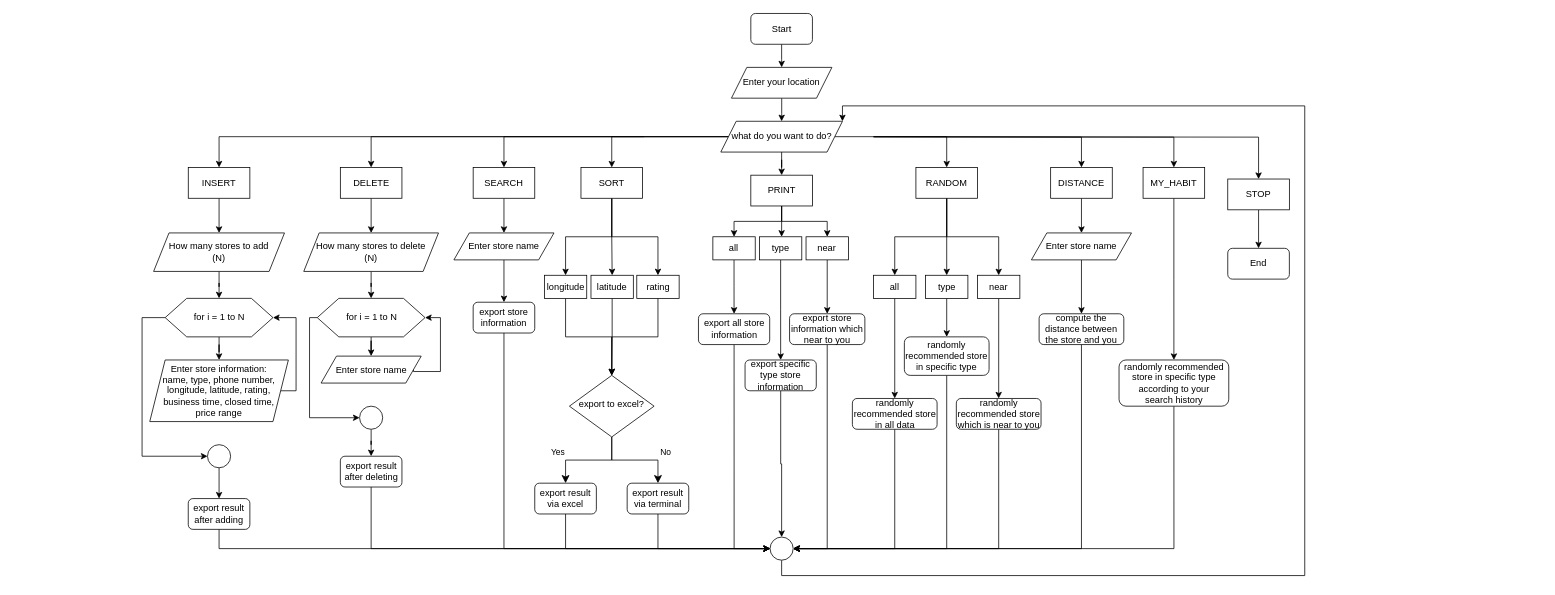
Above: Untitled Diagram.drawio in TzuyenHuang/final_project-Structure_chart (draw.io), before the change. Source tidied: cells renumbered, new cells numbered last; positions are measured from the earlier drawing's top-left corner, leaving out a move shared by most shapes. Both pictures are drawn from the tidied source at 77%, with x=0, y=0 at pixel (142, 13).
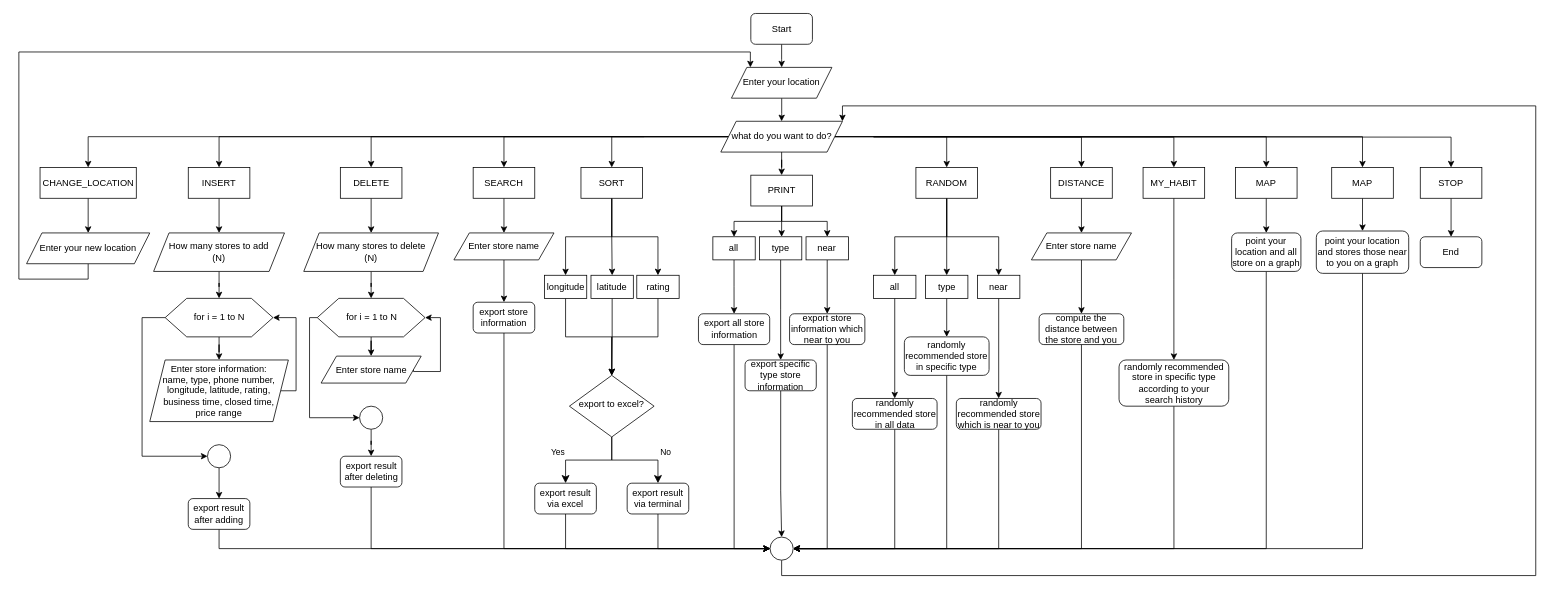
The same page after the edit.

The change refers to these unchanged cells:
```xml
<mxCell id="13" value="what do you want to do?" style="shape=parallelogram;perimeter=parallelogramPerimeter;whiteSpace=wrap;html=1;fixedSize=1;rounded=0;" parent="1" vertex="1">
  <mxGeometry x="751.6" y="140" width="158" height="40" as="geometry" />
</mxCell>
<mxCell id="95" value="export specific type store information" style="rounded=1;whiteSpace=wrap;html=1;fontSize=12;glass=0;strokeWidth=1;shadow=0;" parent="1" vertex="1">
  <mxGeometry x="783.1" y="450" width="92.5" height="40" as="geometry" />
</mxCell>
<mxCell id="111" style="verticalLabelPosition=bottom;verticalAlign=top;html=1;shape=mxgraph.flowchart.on-page_reference;rounded=0;" parent="1" vertex="1">
  <mxGeometry x="815.6" y="680" width="30" height="30" as="geometry" />
</mxCell>
```

What changed in the source:
```diff
@@
+    <mxCell id="112" style="edgeStyle=orthogonalEdgeStyle;rounded=0;jettySize=auto;html=1;entryX=0.5;entryY=0;entryDx=0;entryDy=0;" parent="1" edge="1" source="13" target="116">
+      <mxGeometry relative="1" as="geometry" />
+    </mxCell>
+    <mxCell id="113" style="edgeStyle=orthogonalEdgeStyle;rounded=0;jettySize=auto;html=1;entryX=0.5;entryY=0;entryDx=0;entryDy=0;" parent="1" edge="1" source="13" target="120">
+      <mxGeometry relative="1" as="geometry" />
+    </mxCell>
+    <mxCell id="114" style="edgeStyle=orthogonalEdgeStyle;rounded=0;jettySize=auto;html=1;entryX=0.5;entryY=0;entryDx=0;entryDy=0;" parent="1" edge="1" source="13" target="124">
+      <mxGeometry relative="1" as="geometry" />
+    </mxCell>
@@
     <mxCell id="39" value="STOP" style="rounded=0;whiteSpace=wrap;html=1;fontSize=12;glass=0;strokeWidth=1;shadow=0;" parent="1" vertex="1">
-      <mxGeometry x="1410" y="215" width="80" height="40" as="geometry" />
+      <mxGeometry x="1660" y="200" width="80" height="40" as="geometry" />
     </mxCell>
@@
     <mxCell id="63" value="End" style="rounded=1;whiteSpace=wrap;html=1;fontSize=12;glass=0;strokeWidth=1;shadow=0;" parent="1" vertex="1">
-      <mxGeometry x="1410" y="305" width="80" height="40" as="geometry" />
+      <mxGeometry x="1660" y="290" width="80" height="40" as="geometry" />
     </mxCell>
@@
-    <mxCell id="94" style="edgeStyle=orthogonalEdgeStyle;rounded=0;jettySize=auto;html=1;entryX=0.5;entryY=0;entryDx=0;entryDy=0;entryPerimeter=0;endArrow=classic;endFill=1;" parent="1" edge="1" source="95" target="111">
-      <mxGeometry relative="1" as="geometry" />
+    <mxCell id="94" style="edgeStyle=orthogonalEdgeStyle;rounded=0;jettySize=auto;html=1;entryX=0.5;entryY=0;entryDx=0;entryDy=0;entryPerimeter=0;" parent="1" edge="1" source="95" target="111">
+      <mxGeometry relative="1" as="geometry">
+        <Array as="points">
+          <mxPoint x="829" y="620" />
+          <mxPoint x="830" y="620" />
+          <mxPoint x="830" y="680" />
+        </Array>
+      </mxGeometry>
     </mxCell>
@@
     <mxCell id="110" style="edgeStyle=orthogonalEdgeStyle;rounded=0;jettySize=auto;html=1;entryX=1;entryY=0;entryDx=0;entryDy=0;endArrow=classic;endFill=1;exitX=0.5;exitY=1;exitDx=0;exitDy=0;exitPerimeter=0;" parent="1" edge="1" source="111" target="13">
       <mxGeometry relative="1" as="geometry">
         <Array as="points">
           <mxPoint x="831" y="730" />
-          <mxPoint x="1510" y="730" />
-          <mxPoint x="1510" y="120" />
+          <mxPoint x="1810" y="730" />
+          <mxPoint x="1810" y="120" />
           <mxPoint x="910" y="120" />
         </Array>
       </mxGeometry>
     </mxCell>
@@
+    <mxCell id="115" style="edgeStyle=orthogonalEdgeStyle;rounded=0;jettySize=auto;html=1;entryX=0.5;entryY=0;entryDx=0;entryDy=0;endArrow=classic;endFill=1;" parent="1" edge="1" source="116" target="118">
+      <mxGeometry relative="1" as="geometry" />
+    </mxCell>
+    <mxCell id="116" value="MAP" style="rounded=0;whiteSpace=wrap;html=1;fontSize=12;glass=0;strokeWidth=1;shadow=0;" parent="1" vertex="1">
+      <mxGeometry x="1420" y="200" width="80" height="40" as="geometry" />
+    </mxCell>
+    <mxCell id="117" style="edgeStyle=orthogonalEdgeStyle;rounded=0;jettySize=auto;html=1;entryX=1;entryY=0.5;entryDx=0;entryDy=0;entryPerimeter=0;exitX=0.5;exitY=1;exitDx=0;exitDy=0;" parent="1" edge="1" source="118" target="111">
+      <mxGeometry relative="1" as="geometry" />
+    </mxCell>
+    <mxCell id="118" value="point your location and all store on a graph" style="rounded=1;whiteSpace=wrap;html=1;fontSize=12;glass=0;strokeWidth=1;shadow=0;" parent="1" vertex="1">
+      <mxGeometry x="1415" y="285" width="90" height="50" as="geometry" />
+    </mxCell>
+    <mxCell id="119" style="edgeStyle=orthogonalEdgeStyle;rounded=0;jettySize=auto;html=1;entryX=0.5;entryY=0;entryDx=0;entryDy=0;endArrow=classic;endFill=1;" parent="1" edge="1" source="120" target="122">
+      <mxGeometry relative="1" as="geometry" />
+    </mxCell>
+    <mxCell id="120" value="MAP" style="rounded=0;whiteSpace=wrap;html=1;fontSize=12;glass=0;strokeWidth=1;shadow=0;" parent="1" vertex="1">
+      <mxGeometry x="1545" y="200" width="80" height="40" as="geometry" />
+    </mxCell>
+    <mxCell id="121" style="edgeStyle=orthogonalEdgeStyle;rounded=0;jettySize=auto;html=1;entryX=1;entryY=0.5;entryDx=0;entryDy=0;entryPerimeter=0;exitX=0.5;exitY=1;exitDx=0;exitDy=0;" parent="1" edge="1" source="122" target="111">
+      <mxGeometry relative="1" as="geometry" />
+    </mxCell>
+    <mxCell id="122" value="point your location and stores those near to you on a graph" style="rounded=1;whiteSpace=wrap;html=1;fontSize=12;glass=0;strokeWidth=1;shadow=0;" parent="1" vertex="1">
+      <mxGeometry x="1525" y="282.5" width="120" height="55" as="geometry" />
+    </mxCell>
+    <mxCell id="123" style="edgeStyle=orthogonalEdgeStyle;rounded=0;jettySize=auto;html=1;entryX=0.5;entryY=0;entryDx=0;entryDy=0;" parent="1" edge="1" source="124" target="126">
+      <mxGeometry relative="1" as="geometry" />
+    </mxCell>
+    <mxCell id="124" value="CHANGE_LOCATION" style="rounded=0;whiteSpace=wrap;html=1;fontSize=12;glass=0;strokeWidth=1;shadow=0;" parent="1" vertex="1">
+      <mxGeometry x="-132.5" y="200" width="125" height="40" as="geometry" />
+    </mxCell>
+    <mxCell id="125" style="edgeStyle=orthogonalEdgeStyle;rounded=0;jettySize=auto;html=1;exitX=0.5;exitY=1;exitDx=0;exitDy=0;" parent="1" edge="1" source="126">
+      <mxGeometry relative="1" as="geometry">
+        <mxPoint x="790" y="70" as="targetPoint" />
+        <Array as="points">
+          <mxPoint x="-70" y="345" />
+          <mxPoint x="-160" y="345" />
+          <mxPoint x="-160" y="50" />
+          <mxPoint x="790" y="50" />
+        </Array>
+      </mxGeometry>
+    </mxCell>
+    <mxCell id="126" value="Enter your new location" style="shape=parallelogram;perimeter=parallelogramPerimeter;whiteSpace=wrap;html=1;fixedSize=1;rounded=0;" parent="1" vertex="1">
+      <mxGeometry x="-150" y="285" width="160" height="40" as="geometry" />
+    </mxCell>
```
